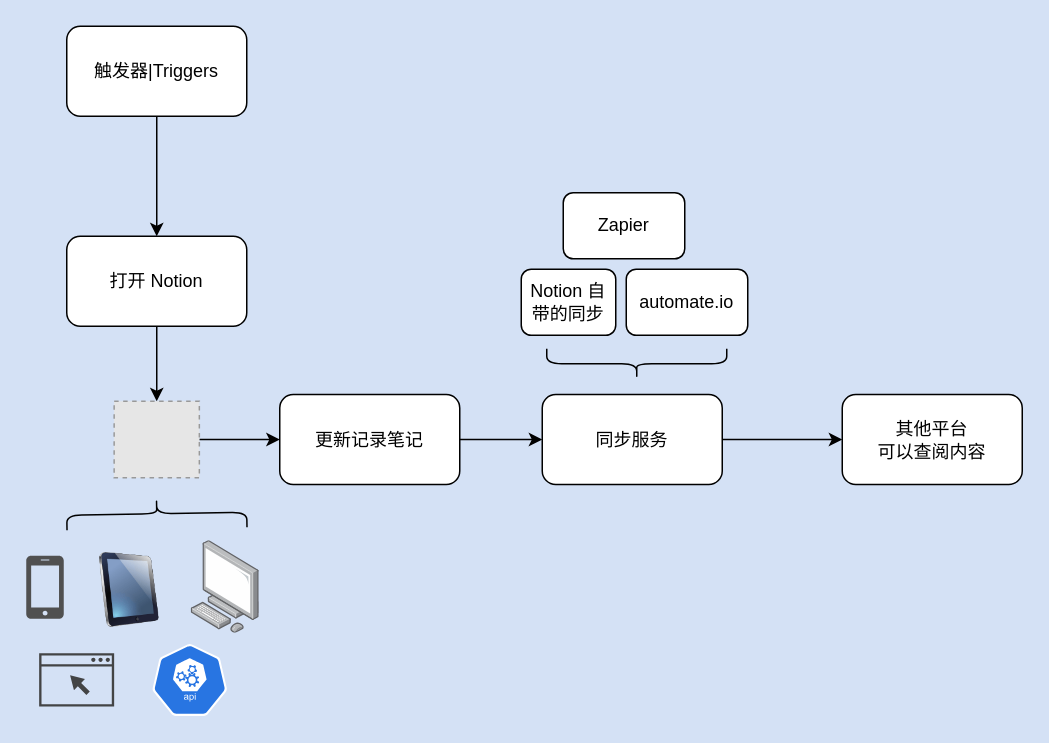
The draw.io diagram take-notes.drawio in L1nwatch/BiggerThingkingFramework, before the edit. Source tidied: cells renumbered, new cells numbered last; positions are measured from the earlier drawing's top-left corner, leaving out a move shared by most shapes. Both pictures are drawn from the tidied source at 150%, with x=0, y=0 at pixel (26, 26). Pictures stored in the file or linked from it are replaced by grey dashed boxes.
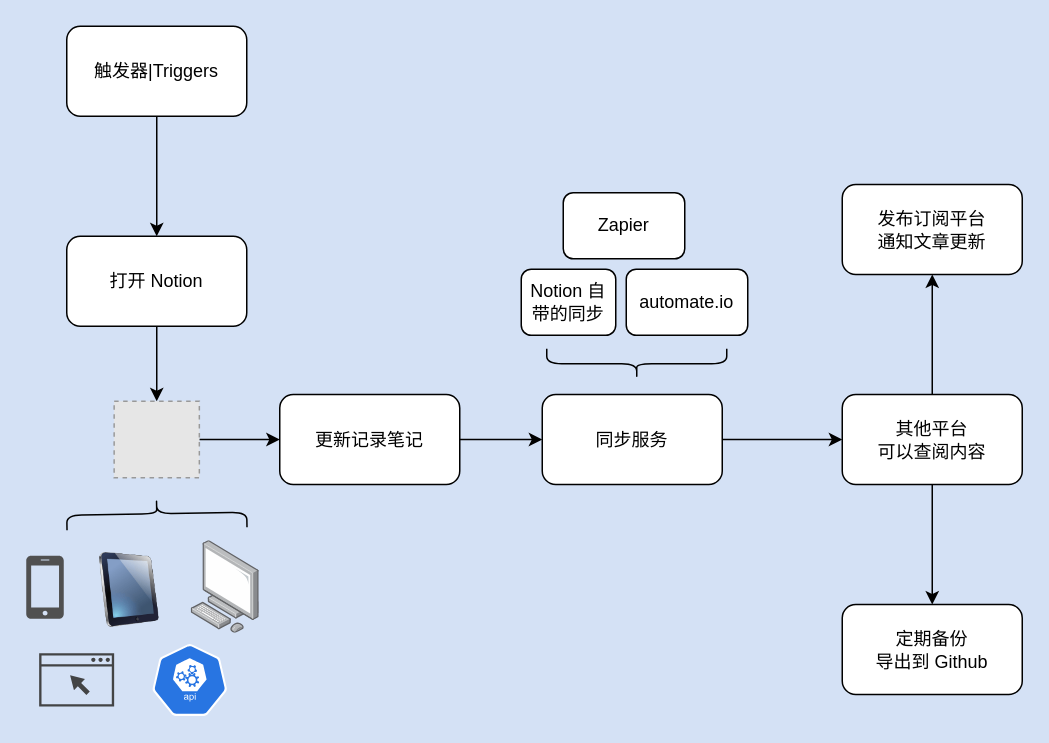
The same diagram, later.

The change refers to these unchanged cells:
```xml
<mxCell id="18" value="其他平台&lt;br&gt;可以查阅内容" style="whiteSpace=wrap;html=1;rounded=1;" parent="1" vertex="1">
  <mxGeometry x="544" y="245.5" width="120" height="60" as="geometry" />
</mxCell>
```

Change to the diagram source:
```diff
@@
+    <mxCell id="23" style="edgeStyle=orthogonalEdgeStyle;rounded=0;jettySize=auto;html=1;" parent="1" edge="1" source="18" target="25">
+      <mxGeometry relative="1" as="geometry" />
+    </mxCell>
+    <mxCell id="24" style="edgeStyle=orthogonalEdgeStyle;rounded=0;jettySize=auto;html=1;" parent="1" edge="1" source="18" target="26">
+      <mxGeometry relative="1" as="geometry" />
+    </mxCell>
@@
+    <mxCell id="25" value="定期备份&lt;br&gt;导出到 Github" style="whiteSpace=wrap;html=1;rounded=1;" parent="1" vertex="1">
+      <mxGeometry x="544" y="385.5" width="120" height="60" as="geometry" />
+    </mxCell>
+    <mxCell id="26" value="发布订阅平台&lt;br&gt;通知文章更新" style="whiteSpace=wrap;html=1;rounded=1;" parent="1" vertex="1">
+      <mxGeometry x="544" y="105.5" width="120" height="60" as="geometry" />
+    </mxCell>
```
